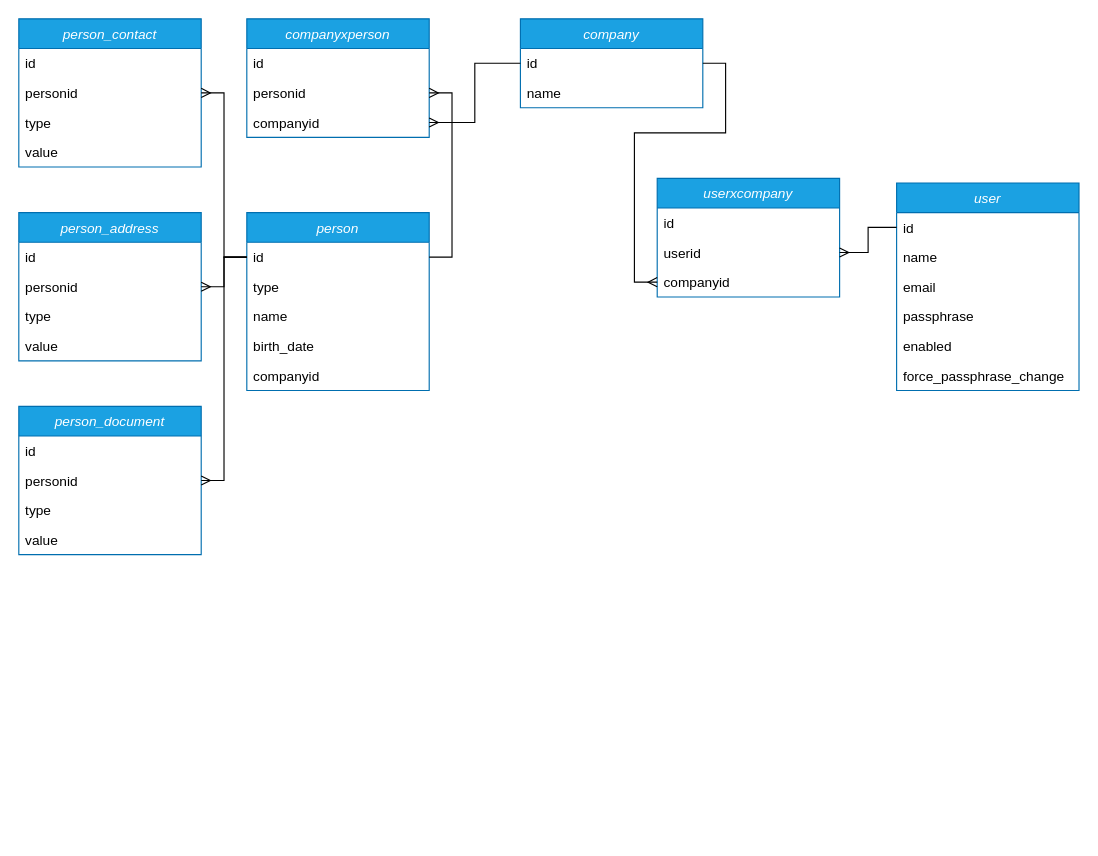
The draw.io diagram reference/docs/model.drawio in victorpsf/hibernum, before the edit. Source tidied: cells renumbered, new cells numbered last; positions are measured from the earlier drawing's top-left corner, leaving out a move shared by most shapes. Both pictures are drawn from the tidied source at 114%, with x=0, y=0 at pixel (18, 18).
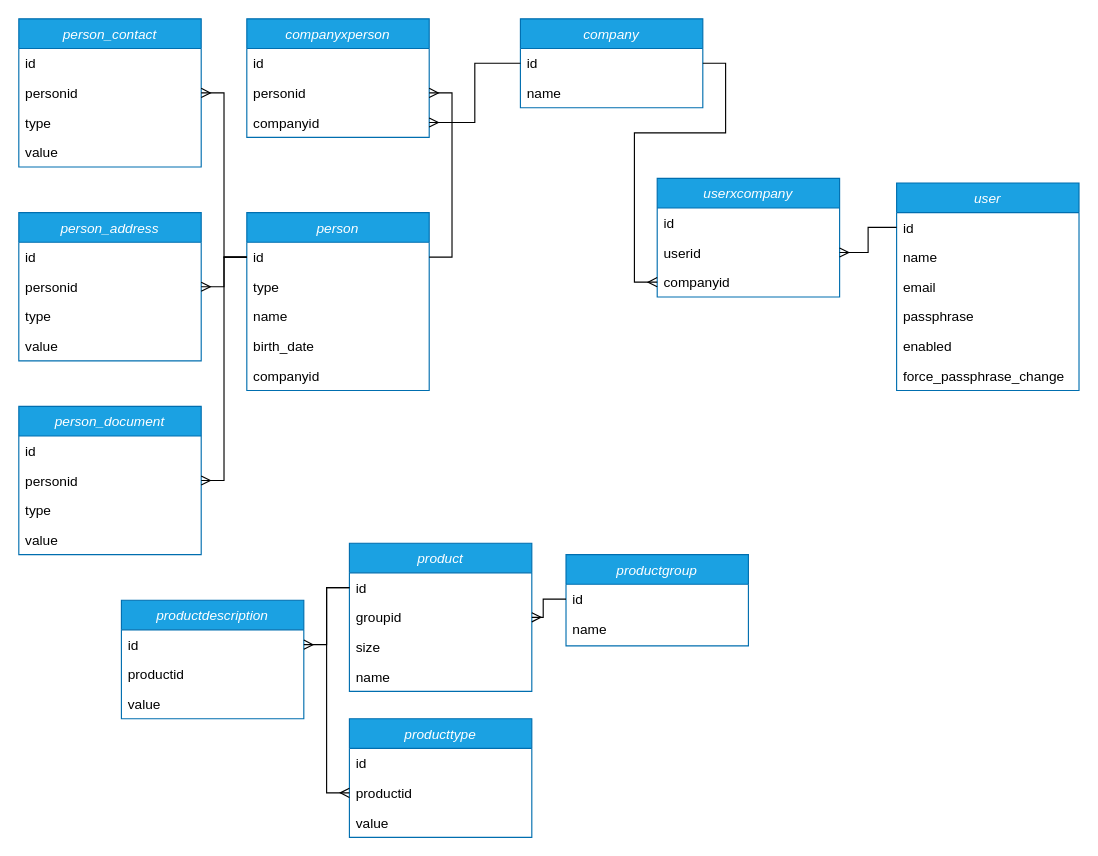
The same page after the edit.

Change to the diagram source:
```diff
@@
+    <mxCell id="48" value="product" style="swimlane;fontStyle=2;align=center;verticalAlign=top;horizontal=1;startSize=26;rounded=0;shadow=0;strokeWidth=1;fillColor=#1ba1e2;fontColor=#ffffff;strokeColor=#006EAF;" parent="1" vertex="1">
+      <mxGeometry x="290" y="460" width="160" height="130" as="geometry" />
+    </mxCell>
+    <mxCell id="49" value="id" style="text;align=left;verticalAlign=top;spacingLeft=4;spacingRight=4;overflow=hidden;points=[[0,0.5],[1,0.5]];portConstraint=eastwest;" parent="48" vertex="1">
+      <mxGeometry y="26" width="160" height="26" as="geometry" />
+    </mxCell>
+    <mxCell id="50" value="groupid" style="text;align=left;verticalAlign=top;spacingLeft=4;spacingRight=4;overflow=hidden;points=[[0,0.5],[1,0.5]];portConstraint=eastwest;" parent="48" vertex="1">
+      <mxGeometry y="52" width="160" height="26" as="geometry" />
+    </mxCell>
+    <mxCell id="51" value="size" style="text;align=left;verticalAlign=top;spacingLeft=4;spacingRight=4;overflow=hidden;" parent="48" vertex="1">
+      <mxGeometry y="78" width="160" height="26" as="geometry" />
+    </mxCell>
+    <mxCell id="52" value="name" style="text;align=left;verticalAlign=top;spacingLeft=4;spacingRight=4;overflow=hidden;" parent="48" vertex="1">
+      <mxGeometry y="104" width="160" height="26" as="geometry" />
+    </mxCell>
+    <mxCell id="53" value="productdescription" style="swimlane;fontStyle=2;align=center;verticalAlign=top;horizontal=1;startSize=26;rounded=0;shadow=0;strokeWidth=1;fillColor=#1ba1e2;fontColor=#ffffff;strokeColor=#006EAF;" parent="1" vertex="1">
+      <mxGeometry x="90" y="510" width="160" height="104" as="geometry" />
+    </mxCell>
+    <mxCell id="54" value="id" style="text;align=left;verticalAlign=top;spacingLeft=4;spacingRight=4;overflow=hidden;points=[[0,0.5],[1,0.5]];portConstraint=eastwest;" parent="53" vertex="1">
+      <mxGeometry y="26" width="160" height="26" as="geometry" />
+    </mxCell>
+    <mxCell id="55" value="productid" style="text;align=left;verticalAlign=top;spacingLeft=4;spacingRight=4;overflow=hidden;" parent="53" vertex="1">
+      <mxGeometry y="52" width="160" height="26" as="geometry" />
+    </mxCell>
+    <mxCell id="56" value="value" style="text;align=left;verticalAlign=top;spacingLeft=4;spacingRight=4;overflow=hidden;" parent="53" vertex="1">
+      <mxGeometry y="78" width="160" height="26" as="geometry" />
+    </mxCell>
+    <mxCell id="57" value="producttype" style="swimlane;fontStyle=2;align=center;verticalAlign=top;horizontal=1;startSize=26;rounded=0;shadow=0;strokeWidth=1;fillColor=#1ba1e2;fontColor=#ffffff;strokeColor=#006EAF;" parent="1" vertex="1">
+      <mxGeometry x="290" y="614" width="160" height="104" as="geometry" />
+    </mxCell>
+    <mxCell id="58" value="id" style="text;align=left;verticalAlign=top;spacingLeft=4;spacingRight=4;overflow=hidden;" parent="57" vertex="1">
+      <mxGeometry y="26" width="160" height="26" as="geometry" />
+    </mxCell>
+    <mxCell id="59" value="productid" style="text;align=left;verticalAlign=top;spacingLeft=4;spacingRight=4;overflow=hidden;points=[[0,0.5],[1,0.5]];portConstraint=eastwest;" parent="57" vertex="1">
+      <mxGeometry y="52" width="160" height="26" as="geometry" />
+    </mxCell>
+    <mxCell id="60" value="value" style="text;align=left;verticalAlign=top;spacingLeft=4;spacingRight=4;overflow=hidden;" parent="57" vertex="1">
+      <mxGeometry y="78" width="160" height="26" as="geometry" />
+    </mxCell>
+    <mxCell id="61" style="edgeStyle=orthogonalEdgeStyle;rounded=0;jettySize=auto;html=1;entryX=0;entryY=0.5;entryDx=0;entryDy=0;endArrow=ERmany;endFill=0;" parent="1" edge="1" source="49" target="59">
+      <mxGeometry relative="1" as="geometry" />
+    </mxCell>
+    <mxCell id="62" style="edgeStyle=orthogonalEdgeStyle;rounded=0;jettySize=auto;html=1;entryX=1;entryY=0.5;entryDx=0;entryDy=0;endArrow=ERmany;endFill=0;" parent="1" edge="1" source="49" target="54">
+      <mxGeometry relative="1" as="geometry" />
+    </mxCell>
+    <mxCell id="63" value="productgroup" style="swimlane;fontStyle=2;align=center;verticalAlign=top;horizontal=1;startSize=26;rounded=0;shadow=0;strokeWidth=1;fillColor=#1ba1e2;fontColor=#ffffff;strokeColor=#006EAF;" parent="1" vertex="1">
+      <mxGeometry x="480" y="470" width="160" height="80" as="geometry" />
+    </mxCell>
+    <mxCell id="64" value="id" style="text;align=left;verticalAlign=top;spacingLeft=4;spacingRight=4;overflow=hidden;points=[[0,0.5],[1,0.5]];portConstraint=eastwest;" parent="63" vertex="1">
+      <mxGeometry y="26" width="160" height="26" as="geometry" />
+    </mxCell>
+    <mxCell id="65" value="name" style="text;align=left;verticalAlign=top;spacingLeft=4;spacingRight=4;overflow=hidden;" parent="63" vertex="1">
+      <mxGeometry y="52" width="160" height="26" as="geometry" />
+    </mxCell>
+    <mxCell id="66" style="edgeStyle=orthogonalEdgeStyle;rounded=0;jettySize=auto;html=1;entryX=1;entryY=0.5;entryDx=0;entryDy=0;endArrow=ERmany;endFill=0;" parent="1" edge="1" source="64" target="50">
+      <mxGeometry relative="1" as="geometry" />
+    </mxCell>
```
